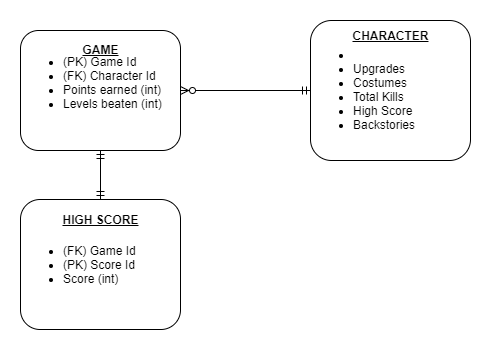
Above: docs/erd.png in Rlong1218/endless-evil (draw.io), before the change. Source tidied: cells renumbered, new cells last; positions are measured from the earlier drawing's top-left corner, leaving out a move shared by most shapes.
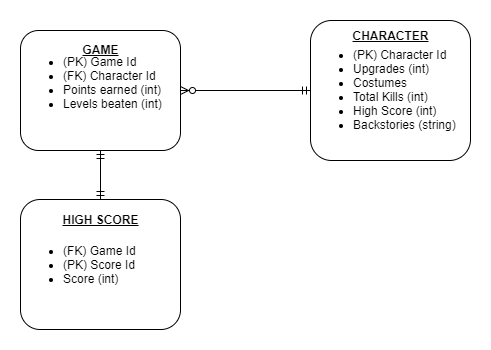
After the change.

Commit message:
Created entity classes.

Diff of the diagram source:
```diff
@@ -5,7 +5,7 @@
     <mxCell id="2" value="&lt;ul&gt;&lt;li&gt;(PK) Game Id&lt;/li&gt;&lt;li&gt;(FK) Character Id&lt;/li&gt;&lt;li&gt;&lt;span&gt;Points earned (int)&lt;/span&gt;&lt;/li&gt;&lt;li&gt;Levels beaten (int)&lt;/li&gt;&lt;/ul&gt;&lt;span&gt;&lt;br&gt;&lt;/span&gt;" style="rounded=1;whiteSpace=wrap;html=1;align=left;" parent="1" vertex="1">
       <mxGeometry y="10" width="160" height="120" as="geometry" />
     </mxCell>
-    <mxCell id="3" value="&lt;ul&gt;&lt;li&gt;&lt;br&gt;&lt;/li&gt;&lt;li&gt;&lt;span&gt;Upgrades&lt;/span&gt;&lt;/li&gt;&lt;li&gt;Costumes&lt;/li&gt;&lt;li&gt;Total Kills&lt;/li&gt;&lt;li&gt;High Score&lt;/li&gt;&lt;li&gt;Backstories&lt;/li&gt;&lt;/ul&gt;" style="rounded=1;whiteSpace=wrap;html=1;align=left;" parent="1" vertex="1">
+    <mxCell id="3" value="&lt;ul&gt;&lt;li&gt;(PK) Character Id&lt;/li&gt;&lt;li&gt;&lt;span&gt;Upgrades (int)&lt;/span&gt;&lt;/li&gt;&lt;li&gt;Costumes&amp;nbsp;&lt;/li&gt;&lt;li&gt;Total Kills (int)&lt;/li&gt;&lt;li&gt;High Score (int)&lt;/li&gt;&lt;li&gt;Backstories (string)&lt;/li&gt;&lt;/ul&gt;" style="rounded=1;whiteSpace=wrap;html=1;align=left;" parent="1" vertex="1">
       <mxGeometry x="290" width="160" height="140" as="geometry" />
     </mxCell>
     <mxCell id="4" value="GAME" style="text;html=1;strokeColor=none;fillColor=none;align=center;verticalAlign=middle;whiteSpace=wrap;rounded=0;fontStyle=5;" parent="1" vertex="1">
```
